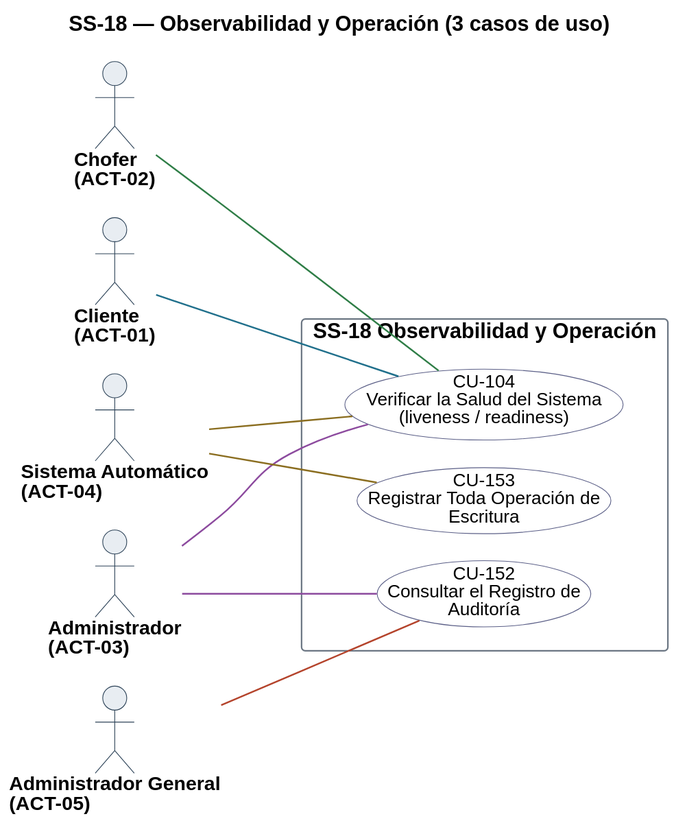
Above: diagramas/uml/CU_SS-18_Observabilidad-Y-Operacion.svg in Nahuelito-Dev/splg-docs (PlantUML), before the change. The source it was exported from:
```plantuml
@startuml
title SS-18 — Observabilidad y Operación (3 casos de uso)
left to right direction
skinparam backgroundColor #FFFFFF
skinparam shadowing false
skinparam defaultFontName Helvetica
skinparam defaultFontSize 13
skinparam dpi 150
skinparam ArrowColor #2C4257
skinparam ArrowThickness 1.1
skinparam actor {
  BorderColor #2C4257
  BackgroundColor #E8EDF2
  FontSize 13
  FontStyle bold
}
skinparam usecase {
  BorderColor #2C4257
  BackgroundColor #FFFFFF
  FontSize 12
}
skinparam rectangle {
  BorderColor #6B7683
  FontSize 14
  FontStyle bold
}

skinparam nodesep 18
skinparam ranksep 70
skinparam usecase {
  BorderColor<<pendiente>> #9C4436
  BackgroundColor<<pendiente>> #F6E4E1
  BorderColor<<factorizado>> #6B7683
  BackgroundColor<<factorizado>> #F2F4F6
}

actor "Cliente\n(ACT-01)" as A01
actor "Chofer\n(ACT-02)" as A02
actor "Administrador\n(ACT-03)" as A03
actor "Sistema Automático\n(ACT-04)" as A04
actor "Administrador General\n(ACT-05)" as A05

rectangle "SS-18 Observabilidad y Operación" {
  usecase "CU-104\nVerificar la Salud del Sistema\n(liveness / readiness)" as U104 #back:FFFFFF;line:5B5F87
  usecase "CU-152\nConsultar el Registro de\nAuditoría" as U152 #back:FFFFFF;line:5B5F87
  usecase "CU-153\nRegistrar Toda Operación de\nEscritura" as U153 #back:FFFFFF;line:5B5F87
}

A01 -[#1F6F8B]- U104
A02 -[#2E7D46]- U104
A03 -[#8C4A9E]- U104
A03 -[#8C4A9E]- U152
A04 -[#8A6D1F]- U104
A04 -[#8A6D1F]- U153
A05 -[#B4432B]- U152
@enduml
```
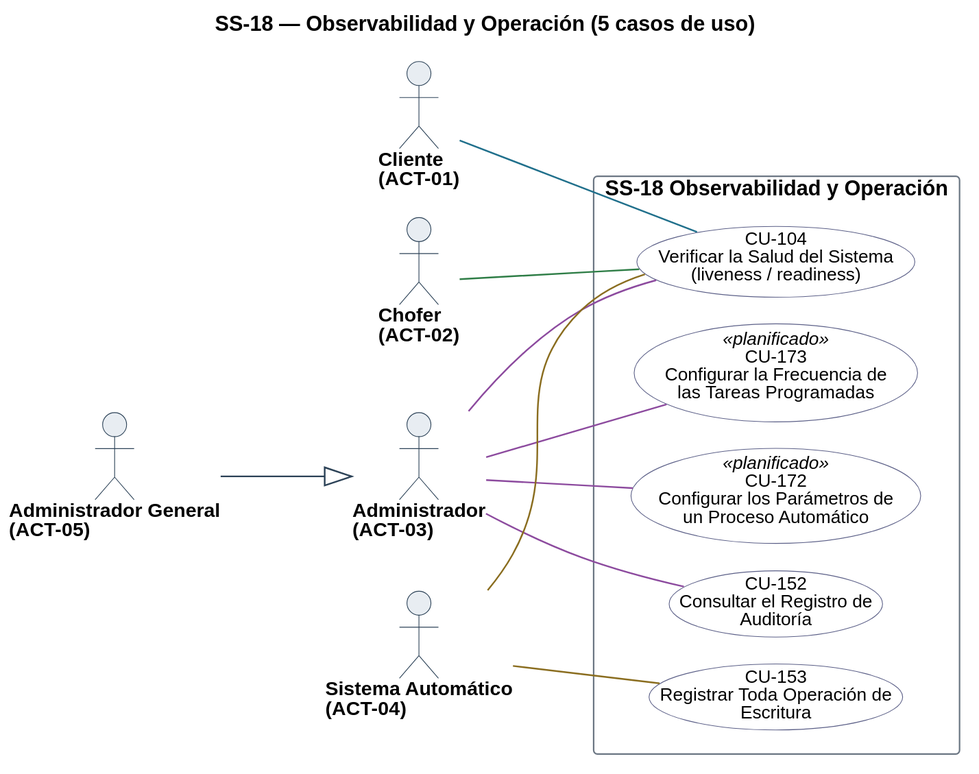
After the commit.

What changed in the source:
```diff
@@ -1,5 +1,5 @@
 @startuml
-title SS-18 — Observabilidad y Operación (3 casos de uso)
+title SS-18 — Observabilidad y Operación (5 casos de uso)
 left to right direction
 skinparam backgroundColor #FFFFFF
 skinparam shadowing false
@@ -28,8 +28,8 @@
 skinparam nodesep 18
 skinparam ranksep 70
 skinparam usecase {
-  BorderColor<<pendiente>> #9C4436
-  BackgroundColor<<pendiente>> #F6E4E1
+  BorderColor<<planificado>> #9C4436
+  BackgroundColor<<planificado>> #F6E4E1
   BorderColor<<factorizado>> #6B7683
   BackgroundColor<<factorizado>> #F2F4F6
 }
@@ -44,13 +44,17 @@
   usecase "CU-104\nVerificar la Salud del Sistema\n(liveness / readiness)" as U104 #back:FFFFFF;line:5B5F87
   usecase "CU-152\nConsultar el Registro de\nAuditoría" as U152 #back:FFFFFF;line:5B5F87
   usecase "CU-153\nRegistrar Toda Operación de\nEscritura" as U153 #back:FFFFFF;line:5B5F87
+  usecase "CU-172\nConfigurar los Parámetros de\nun Proceso Automático" as U172 <<planificado>> #back:FFFFFF;line:5B5F87
+  usecase "CU-173\nConfigurar la Frecuencia de\nlas Tareas Programadas" as U173 <<planificado>> #back:FFFFFF;line:5B5F87
 }
 
 A01 -[#1F6F8B]- U104
 A02 -[#2E7D46]- U104
 A03 -[#8C4A9E]- U104
 A03 -[#8C4A9E]- U152
+A03 -[#8C4A9E]- U172
+A03 -[#8C4A9E]- U173
 A04 -[#8A6D1F]- U104
 A04 -[#8A6D1F]- U153
-A05 -[#B4432B]- U152
+A05 --|> A03
 @enduml
```
